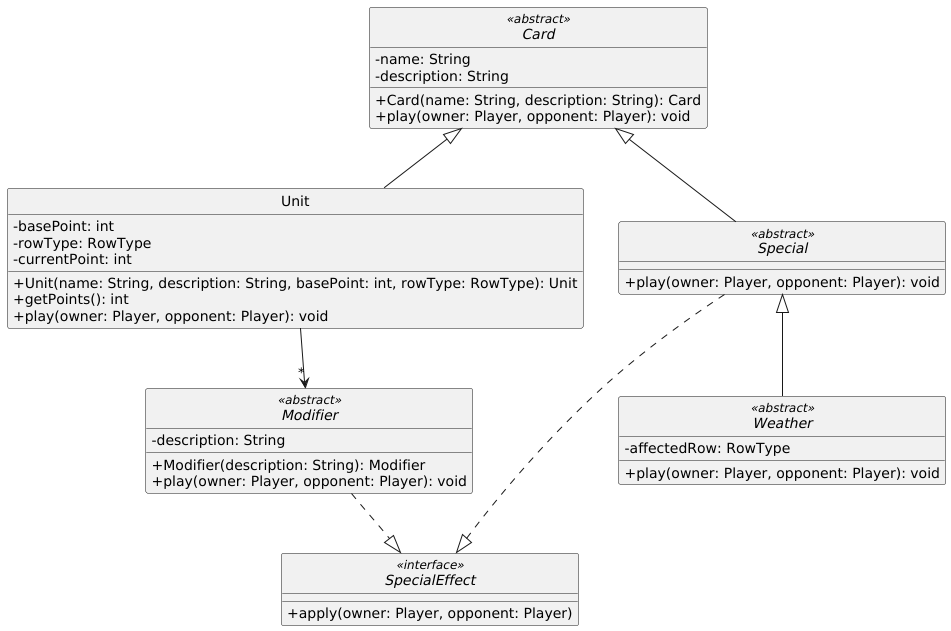
Yonhir/algo3_proyecto_base_tp2 keeps this PlantUML diagram as diagrams/classes/cards.png. Above is the earlier version. Its source is kept beside it as diagrams/classes/cards.plantuml.
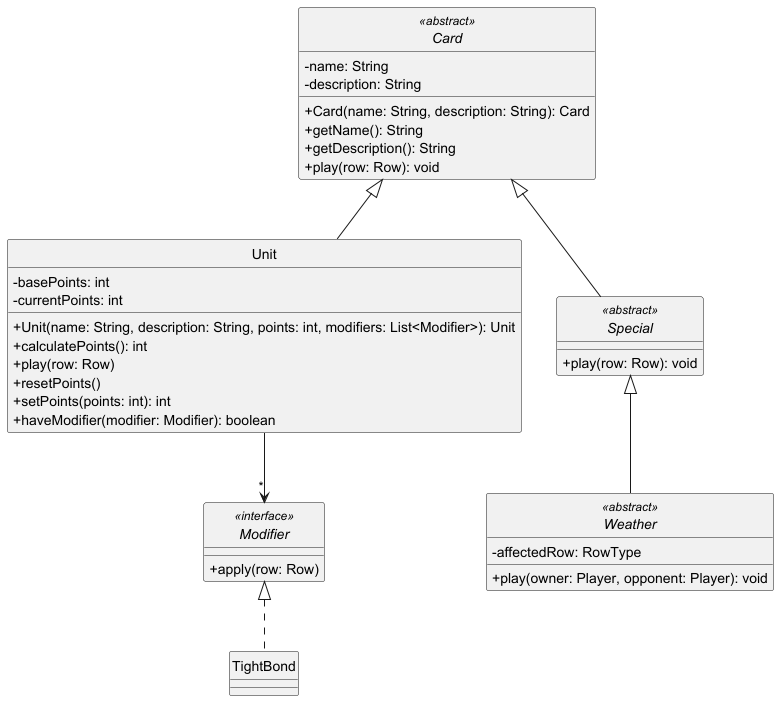
The same diagram one commit later.

Commit message:
Corrijo diagrama de cards

Change to the diagram source:
```diff
@@ -4,28 +4,30 @@
 hide circle
 skinparam classAttributeIconSize 0
 
-interface SpecialEffect <<interface>> {
-  +apply(owner: Player, opponent: Player)
-}
+
 
 abstract class Card <<abstract>> {
   -name: String
   -description: String
   +Card(name: String, description: String): Card
-  +play(owner: Player, opponent: Player): void
+  +getName(): String
+  +getDescription(): String
+  +play(row: Row): void
 }
 
 class Unit {
-  -basePoint: int
-  -rowType: RowType
-  -currentPoint: int
-  +Unit(name: String, description: String, basePoint: int, rowType: RowType): Unit
-  +getPoints(): int
-  +play(owner: Player, opponent: Player): void
+  -basePoints: int
+  -currentPoints: int
+  +Unit(name: String, description: String, points: int, modifiers: List<Modifier>): Unit
+  +calculatePoints(): int
+  +play(row: Row)
+  +resetPoints()
+  +setPoints(points: int): int
+  +haveModifier(modifier: Modifier): boolean
 }
 
 abstract class Special <<abstract>> {
-  +play(owner: Player, opponent: Player): void
+  +play(row: Row): void
 }
 
 abstract class Weather <<abstract>> {
@@ -33,12 +35,13 @@
   +play(owner: Player, opponent: Player): void
 }
 
-abstract class Modifier <<abstract>> {
-  -description: String
-  +Modifier(description: String): Modifier
-  +play(owner: Player, opponent: Player): void
+interface Modifier <<interface>> {
+    +apply(row: Row)
 }
 
+class TightBond{
+
+}
 
 
 Card <|-- Unit
@@ -46,7 +49,6 @@
 Special <|-- Weather
 
 Unit --> "*" Modifier
-Modifier ..|> SpecialEffect
-Special ..|> SpecialEffect
+Modifier <|.. TightBond
 
 @enduml
```
